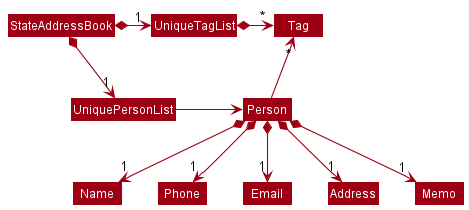
Earlier version of the PlantUML export docs/images/BetterModelClassDiagram.png (tandeshao/tp). Source of this version:
```plantuml
@startuml
!include style.puml
skinparam arrowThickness 1.1
skinparam arrowColor MODEL_COLOR
skinparam classBackgroundColor MODEL_COLOR

StateAddressBook *-right-> "1" UniquePersonList
StateAddressBook *-right-> "1" UniqueTagList

UniqueTagList *-right-> "*" Tag
UniquePersonList -right-> Person

Person -up-> "*" Tag

Person *--> "1" Name
Person *--> "1" Phone
Person *--> "1" Email
Person *--> "1" Address
Person *--> "1" Memo
@enduml
```
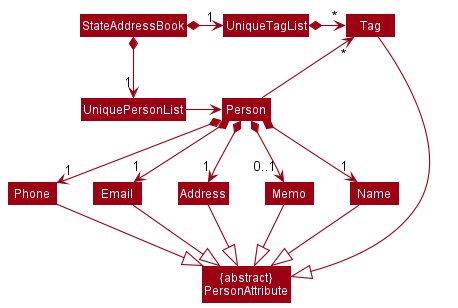
The same file after the commit.

What changed in the source:
```diff
@@ -3,6 +3,8 @@
 skinparam arrowThickness 1.1
 skinparam arrowColor MODEL_COLOR
 skinparam classBackgroundColor MODEL_COLOR
+
+Class "{abstract}\nPersonAttribute" as PersonAttribute
 
 StateAddressBook *-right-> "1" UniquePersonList
 StateAddressBook *-right-> "1" UniqueTagList
@@ -16,5 +18,13 @@
 Person *--> "1" Phone
 Person *--> "1" Email
 Person *--> "1" Address
-Person *--> "1" Memo
+Person *--> "0..1" Memo
+
+
+Name -down-|> PersonAttribute
+Phone -down-|> PersonAttribute
+Email -down-|> PersonAttribute
+Address -down-|> PersonAttribute
+Memo -down-|> PersonAttribute
+Tag -down-|> PersonAttribute
 @enduml
```
